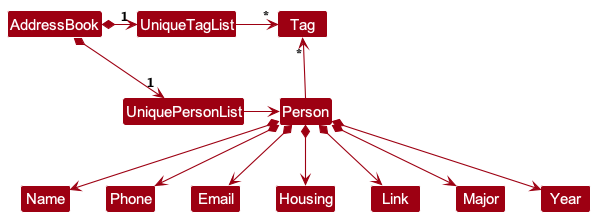
Earlier version of the PlantUML export docs/images/BetterModelClassDiagram.png (AY2425S2-CS2103T-T11-1/tp). Its diagram source:
```plantuml
@startuml
!include style.puml
skinparam arrowThickness 1.1
skinparam arrowColor MODEL_COLOR
skinparam classBackgroundColor MODEL_COLOR

AddressBook *-right-> "1" UniquePersonList
AddressBook *-right-> "1" UniqueTagList
UniqueTagList -[hidden]down- UniquePersonList
UniqueTagList -[hidden]down- UniquePersonList

UniqueTagList -right-> "*" Tag
UniquePersonList -right-> Person

Person -up-> "*" Tag

Person *--> Name
Person *--> Phone
Person *--> Email
Person *--> Housing
Person *--> Link
Person *--> Major
Person *--> Year

@enduml
```
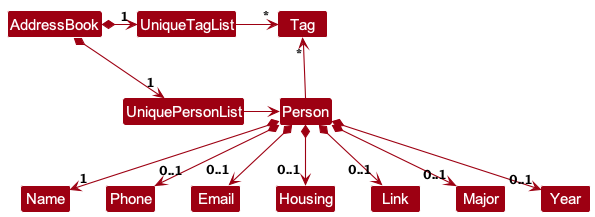
The same diagram one commit later.

Change to the diagram source:
```diff
@@ -13,13 +13,12 @@
 UniquePersonList -right-> Person
 
 Person -up-> "*" Tag
-
-Person *--> Name
-Person *--> Phone
-Person *--> Email
-Person *--> Housing
-Person *--> Link
-Person *--> Major
-Person *--> Year
+Person *--> "1" Name
+Person *--> "0..1" Phone
+Person *--> "0..1" Email
+Person *--> "0..1" Housing
+Person *--> "0..1" Link
+Person *--> "0..1" Major
+Person *--> "0..1" Year
 
 @enduml
```
